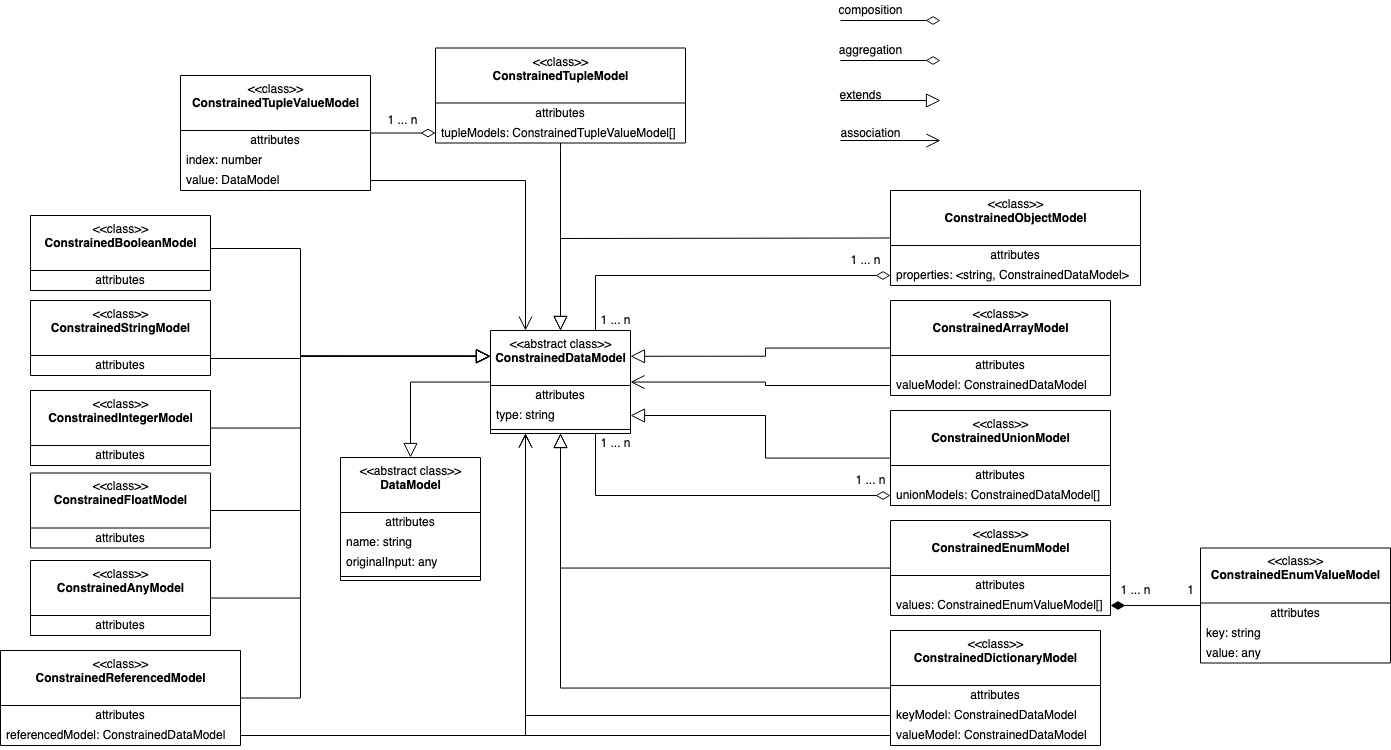
This is docs/img/ConstrainedMetaModel.png from asyncapi/modelina, a draw.io export, as it was before one commit. Source tidied: cells renumbered, new cells last; positions are measured from the earlier drawing's top-left corner, leaving out a move shared by most shapes.
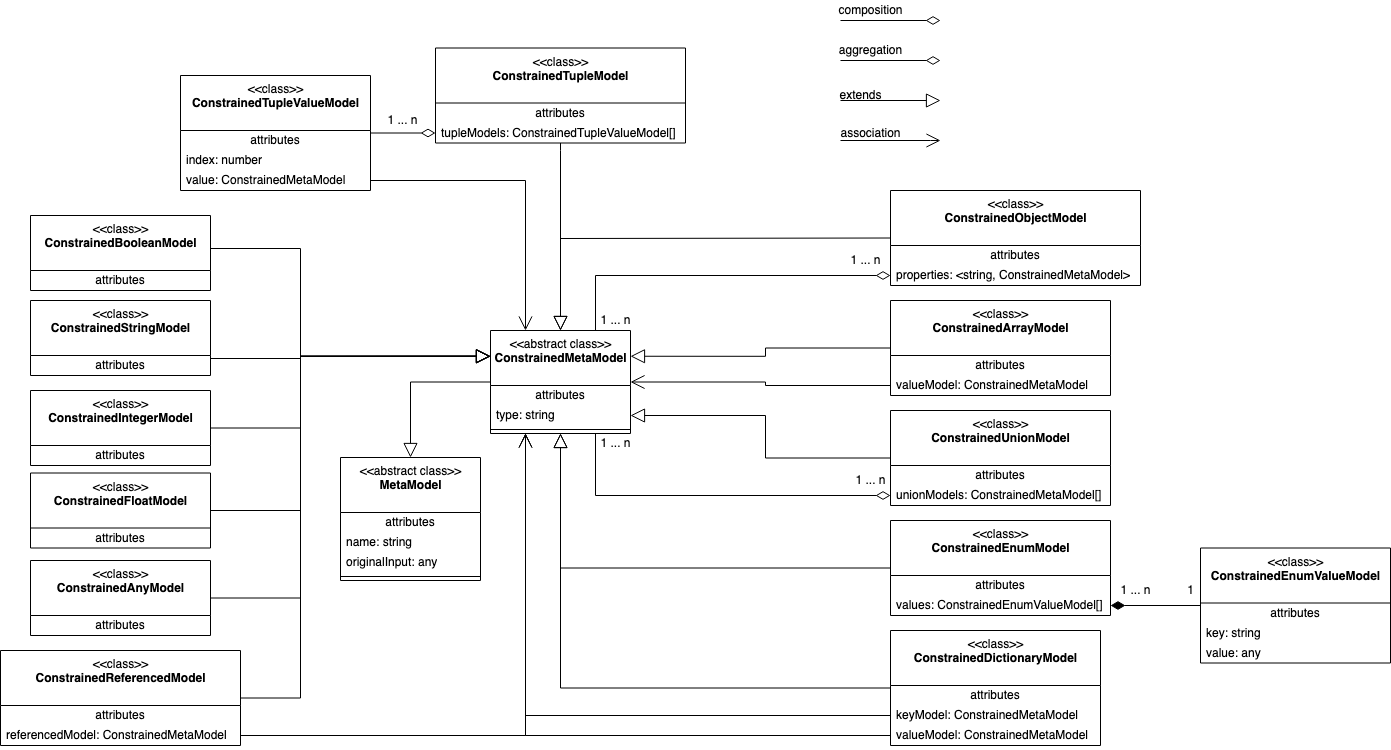
The same file after the commit.

Change to the diagram source:
```diff
@@ -5,7 +5,7 @@
     <mxCell id="2" style="edgeStyle=orthogonalEdgeStyle;rounded=0;jettySize=auto;html=1;startArrow=none;startFill=0;endArrow=block;endFill=0;startSize=12;endSize=12;" parent="1" edge="1" source="3" target="74">
       <mxGeometry relative="1" as="geometry" />
     </mxCell>
-    <mxCell id="3" value="&amp;lt;&amp;lt;abstract class&amp;gt;&amp;gt;&lt;br&gt;&lt;b&gt;ConstrainedDataModel&lt;/b&gt;" style="swimlane;fontStyle=0;align=center;verticalAlign=top;horizontal=1;startSize=55;html=1;" parent="1" vertex="1">
+    <mxCell id="3" value="&amp;lt;&amp;lt;abstract class&amp;gt;&amp;gt;&lt;br&gt;&lt;b&gt;ConstrainedMetaModel&lt;/b&gt;" style="swimlane;fontStyle=0;align=center;verticalAlign=top;horizontal=1;startSize=55;html=1;" parent="1" vertex="1">
       <mxGeometry x="490" y="330" width="140" height="103" as="geometry" />
     </mxCell>
     <mxCell id="4" value="attributes" style="text;html=1;strokeColor=none;fillColor=none;align=center;verticalAlign=middle;spacingLeft=4;spacingRight=4;overflow=hidden;" parent="3" vertex="1">
@@ -26,10 +26,10 @@
     <mxCell id="9" value="attributes" style="text;html=1;strokeColor=none;fillColor=none;align=center;verticalAlign=middle;spacingLeft=4;spacingRight=4;overflow=hidden;" parent="8" vertex="1">
       <mxGeometry y="55" width="210" height="20" as="geometry" />
     </mxCell>
-    <mxCell id="10" value="keyModel: ConstrainedDataModel" style="text;html=1;strokeColor=none;fillColor=none;align=left;verticalAlign=middle;spacingLeft=4;spacingRight=4;overflow=hidden;points=[[0,0.5],[1,0.5]];portConstraint=eastwest;" parent="8" vertex="1">
+    <mxCell id="10" value="keyModel: ConstrainedMetaModel" style="text;html=1;strokeColor=none;fillColor=none;align=left;verticalAlign=middle;spacingLeft=4;spacingRight=4;overflow=hidden;points=[[0,0.5],[1,0.5]];portConstraint=eastwest;" parent="8" vertex="1">
       <mxGeometry y="75" width="210" height="20" as="geometry" />
     </mxCell>
-    <mxCell id="11" value="valueModel: ConstrainedDataModel" style="text;html=1;strokeColor=none;fillColor=none;align=left;verticalAlign=middle;spacingLeft=4;spacingRight=4;overflow=hidden;points=[[0,0.5],[1,0.5]];portConstraint=eastwest;" parent="8" vertex="1">
+    <mxCell id="11" value="valueModel: ConstrainedMetaModel" style="text;html=1;strokeColor=none;fillColor=none;align=left;verticalAlign=middle;spacingLeft=4;spacingRight=4;overflow=hidden;points=[[0,0.5],[1,0.5]];portConstraint=eastwest;" parent="8" vertex="1">
       <mxGeometry y="95" width="210" height="20" as="geometry" />
     </mxCell>
     <mxCell id="12" style="edgeStyle=orthogonalEdgeStyle;rounded=0;jettySize=auto;html=1;endArrow=block;endFill=0;entryX=0.5;entryY=0;entryDx=0;entryDy=0;startArrow=none;exitX=0.5;exitY=1;exitDx=0;exitDy=0;endSize=12;startSize=12;" parent="1" edge="1" source="50" target="3">
@@ -54,7 +54,7 @@
     <mxCell id="15" value="attributes" style="text;html=1;strokeColor=none;fillColor=none;align=center;verticalAlign=middle;spacingLeft=4;spacingRight=4;overflow=hidden;" parent="14" vertex="1">
       <mxGeometry y="55" width="250" height="20" as="geometry" />
     </mxCell>
-    <mxCell id="16" value="properties: &amp;lt;string, ConstrainedDataModel&amp;gt;" style="text;html=1;strokeColor=none;fillColor=none;align=left;verticalAlign=middle;spacingLeft=4;spacingRight=4;overflow=hidden;points=[[0,0.5],[1,0.5]];portConstraint=eastwest;" parent="14" vertex="1">
+    <mxCell id="16" value="properties: &amp;lt;string, ConstrainedMetaModel&amp;gt;" style="text;html=1;strokeColor=none;fillColor=none;align=left;verticalAlign=middle;spacingLeft=4;spacingRight=4;overflow=hidden;points=[[0,0.5],[1,0.5]];portConstraint=eastwest;" parent="14" vertex="1">
       <mxGeometry y="75" width="250" height="20" as="geometry" />
     </mxCell>
     <mxCell id="17" style="edgeStyle=orthogonalEdgeStyle;rounded=0;jettySize=auto;html=1;endArrow=block;endFill=0;entryX=0;entryY=0.25;entryDx=0;entryDy=0;endSize=12;startSize=12;" parent="1" edge="1" source="18" target="3">
@@ -94,7 +94,7 @@
     <mxCell id="25" value="attributes" style="text;html=1;strokeColor=none;fillColor=none;align=center;verticalAlign=middle;spacingLeft=4;spacingRight=4;overflow=hidden;" parent="24" vertex="1">
       <mxGeometry y="55" width="220" height="20" as="geometry" />
     </mxCell>
-    <mxCell id="26" value="unionModels: ConstrainedDataModel[]" style="text;html=1;strokeColor=none;fillColor=none;align=left;verticalAlign=middle;spacingLeft=4;spacingRight=4;overflow=hidden;points=[[0,0.5],[1,0.5]];portConstraint=eastwest;" parent="24" vertex="1">
+    <mxCell id="26" value="unionModels: ConstrainedMetaModel[]" style="text;html=1;strokeColor=none;fillColor=none;align=left;verticalAlign=middle;spacingLeft=4;spacingRight=4;overflow=hidden;points=[[0,0.5],[1,0.5]];portConstraint=eastwest;" parent="24" vertex="1">
       <mxGeometry y="75" width="220" height="20" as="geometry" />
     </mxCell>
     <mxCell id="27" value="&amp;lt;&amp;lt;class&amp;gt;&amp;gt;&lt;br&gt;&lt;b&gt;&lt;b&gt;&lt;b&gt;&lt;b&gt;Constrained&lt;/b&gt;&lt;/b&gt;&lt;/b&gt;EnumValueModel&lt;/b&gt;" style="swimlane;fontStyle=0;align=center;verticalAlign=top;horizontal=1;startSize=55;html=1;" parent="1" vertex="1">
@@ -130,7 +130,7 @@
     <mxCell id="37" value="index: number" style="text;html=1;strokeColor=none;fillColor=none;align=left;verticalAlign=middle;spacingLeft=4;spacingRight=4;overflow=hidden;" parent="35" vertex="1">
       <mxGeometry y="75" width="190" height="20" as="geometry" />
     </mxCell>
-    <mxCell id="38" value="value: DataModel" style="text;html=1;strokeColor=none;fillColor=none;align=left;verticalAlign=middle;spacingLeft=4;spacingRight=4;overflow=hidden;points=[[0,0.5],[1,0.5]];portConstraint=eastwest;" parent="35" vertex="1">
+    <mxCell id="38" value="value: ConstrainedMetaModel" style="text;html=1;strokeColor=none;fillColor=none;align=left;verticalAlign=middle;spacingLeft=4;spacingRight=4;overflow=hidden;points=[[0,0.5],[1,0.5]];portConstraint=eastwest;" parent="35" vertex="1">
       <mxGeometry y="95" width="190" height="20" as="geometry" />
     </mxCell>
     <mxCell id="39" style="edgeStyle=orthogonalEdgeStyle;rounded=0;jettySize=auto;html=1;endArrow=block;endFill=0;entryX=1;entryY=0.25;entryDx=0;entryDy=0;endSize=12;startSize=12;" parent="1" edge="1" source="40" target="3">
@@ -142,7 +142,7 @@
     <mxCell id="41" value="attributes" style="text;html=1;strokeColor=none;fillColor=none;align=center;verticalAlign=middle;spacingLeft=4;spacingRight=4;overflow=hidden;" parent="40" vertex="1">
       <mxGeometry y="55" width="220" height="20" as="geometry" />
     </mxCell>
-    <mxCell id="42" value="valueModel: ConstrainedDataModel" style="text;html=1;strokeColor=none;fillColor=none;align=left;verticalAlign=middle;spacingLeft=4;spacingRight=4;overflow=hidden;points=[[0,0.5],[1,0.5]];portConstraint=eastwest;" parent="40" vertex="1">
+    <mxCell id="42" value="valueModel: ConstrainedMetaModel" style="text;html=1;strokeColor=none;fillColor=none;align=left;verticalAlign=middle;spacingLeft=4;spacingRight=4;overflow=hidden;points=[[0,0.5],[1,0.5]];portConstraint=eastwest;" parent="40" vertex="1">
       <mxGeometry y="75" width="220" height="20" as="geometry" />
     </mxCell>
     <mxCell id="43" style="edgeStyle=orthogonalEdgeStyle;rounded=0;jettySize=auto;html=1;exitX=0;exitY=0.5;exitDx=0;exitDy=0;endArrow=none;endFill=0;startArrow=diamondThin;startFill=0;endSize=12;startSize=12;entryX=0.75;entryY=0;entryDx=0;entryDy=0;" parent="1" edge="1" source="16" target="3">
@@ -192,7 +192,7 @@
     <mxCell id="56" value="attributes" style="text;html=1;strokeColor=none;fillColor=none;align=center;verticalAlign=middle;spacingLeft=4;spacingRight=4;overflow=hidden;" parent="55" vertex="1">
       <mxGeometry y="55" width="240" height="20" as="geometry" />
     </mxCell>
-    <mxCell id="57" value="referencedModel: ConstrainedDataModel" style="text;html=1;strokeColor=none;fillColor=none;align=left;verticalAlign=middle;spacingLeft=4;spacingRight=4;overflow=hidden;points=[[0,0.5],[1,0.5]];portConstraint=eastwest;" parent="55" vertex="1">
+    <mxCell id="57" value="referencedModel: ConstrainedMetaModel" style="text;html=1;strokeColor=none;fillColor=none;align=left;verticalAlign=middle;spacingLeft=4;spacingRight=4;overflow=hidden;points=[[0,0.5],[1,0.5]];portConstraint=eastwest;" parent="55" vertex="1">
       <mxGeometry y="75" width="240" height="20" as="geometry" />
     </mxCell>
     <mxCell id="58" style="edgeStyle=orthogonalEdgeStyle;rounded=0;jumpStyle=arc;orthogonalLoop=1;jettySize=auto;html=1;endArrow=block;endFill=0;endSize=12;startSize=12;" parent="1" edge="1">
@@ -263,7 +263,7 @@
     <mxCell id="73" style="edgeStyle=orthogonalEdgeStyle;rounded=0;jettySize=auto;html=1;exitX=1;exitY=0.5;exitDx=0;exitDy=0;entryX=0.25;entryY=0;entryDx=0;entryDy=0;startArrow=none;startFill=0;endArrow=open;endFill=0;startSize=12;endSize=12;" parent="1" edge="1" source="38" target="3">
       <mxGeometry relative="1" as="geometry" />
     </mxCell>
-    <mxCell id="74" value="&amp;lt;&amp;lt;abstract class&amp;gt;&amp;gt;&lt;br&gt;&lt;b&gt;DataModel&lt;/b&gt;" style="swimlane;fontStyle=0;align=center;verticalAlign=top;horizontal=1;startSize=55;html=1;shadow=0;" parent="1" vertex="1">
+    <mxCell id="74" value="&amp;lt;&amp;lt;abstract class&amp;gt;&amp;gt;&lt;br&gt;&lt;b&gt;MetaModel&lt;/b&gt;" style="swimlane;fontStyle=0;align=center;verticalAlign=top;horizontal=1;startSize=55;html=1;shadow=0;" parent="1" vertex="1">
       <mxGeometry x="340" y="457" width="140" height="123" as="geometry" />
     </mxCell>
     <mxCell id="75" value="attributes" style="text;html=1;strokeColor=none;fillColor=none;align=center;verticalAlign=middle;spacingLeft=4;spacingRight=4;overflow=hidden;shadow=0;" parent="74" vertex="1">
```
